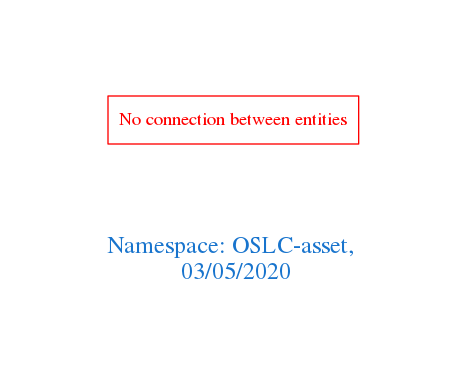
The Graphviz diagram downloads/OSLC-asset.png in arago/OGIT, before a commit. Its source is kept beside it as downloads/OSLC-asset.dot.
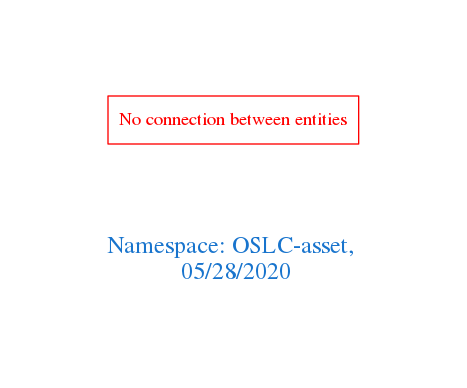
After the commit.

The edit, as a diff of the source:
```diff
@@ -1,7 +1,7 @@
 digraph OGIT_ontology {
  graph [ rankdir= LR,pad=1
 fontsize = 18,
-fontcolor= dodgerblue3,label = "\n\n\nNamespace: OSLC-asset, \n 03/05/2020"];
+fontcolor= dodgerblue3,label = "\n\n\nNamespace: OSLC-asset, \n 05/28/2020"];
 node[shape=polygon];
 edge [  color="gray81"];
 
```
